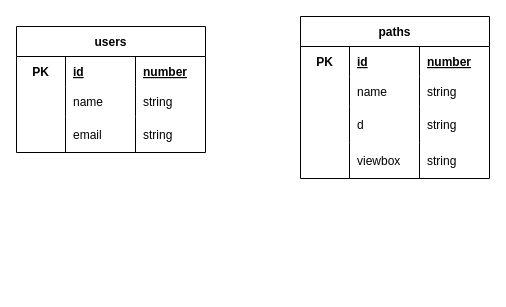
This is doc/ERM_V1.drawio from Johblanc/iconotheque_back, a draw.io file, before an edit. Source tidied: cells renumbered, new cells numbered last; positions are measured from the earlier drawing's top-left corner, leaving out a move shared by most shapes. Both pictures are drawn from the tidied source at 100%, with x=0, y=0 at pixel (16, 16).
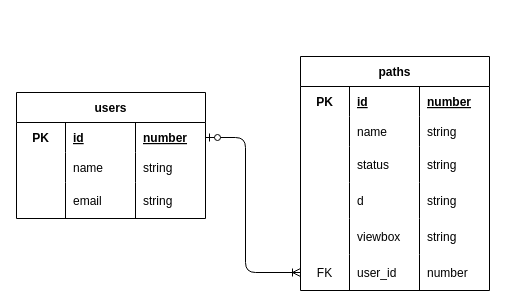
The same page after the edit.

Commit message:
body : Maj ERM v1

Change to the diagram source:
```diff
@@
     <mxCell id="2" value="users" style="shape=table;startSize=30;childLayout=tableLayout;rowLines=0;fontStyle=1;align=center;" parent="1" vertex="1">
-      <mxGeometry y="10" width="189" height="126" as="geometry" />
+      <mxGeometry y="76" width="189" height="126" as="geometry" />
     </mxCell>
-    <mxCell id="3" style="shape=tableRow;horizontal=0;startSize=0;swimlaneHead=0;swimlaneBody=0;fillColor=none;top=0;left=0;right=0;bottom=0;" parent="2" vertex="1">
-      <mxGeometry y="30" width="189" height="30" as="geometry" />
-    </mxCell>
-    <mxCell id="4" value="PK" style="shape=partialRectangle;fillColor=none;top=0;left=0;bottom=0;right=0;fontStyle=1;overflow=hidden;" parent="3" vertex="1">
-      <mxGeometry width="49" height="30" as="geometry" />
-    </mxCell>
-    <mxCell id="5" value="id" style="shape=partialRectangle;fillColor=none;top=0;left=0;bottom=0;right=0;align=left;spacingLeft=6;fontStyle=5;overflow=hidden;" parent="3" vertex="1">
-      <mxGeometry x="49" width="70" height="30" as="geometry" />
-    </mxCell>
-    <mxCell id="6" value="number" style="shape=partialRectangle;fillColor=none;top=0;left=0;bottom=0;right=0;align=left;spacingLeft=6;fontStyle=5;overflow=hidden;" parent="3" vertex="1">
-      <mxGeometry x="119" width="70" height="30" as="geometry" />
-    </mxCell>
-    <mxCell id="7" style="shape=tableRow;horizontal=0;startSize=0;swimlaneHead=0;swimlaneBody=0;fillColor=none;top=0;left=0;right=0;bottom=0;" parent="2" vertex="1">
-      <mxGeometry y="60" width="189" height="30" as="geometry" />
-    </mxCell>
-    <mxCell id="8" style="shape=partialRectangle;fillColor=none;top=0;left=0;bottom=0;right=0;overflow=hidden;" parent="7" vertex="1">
-      <mxGeometry width="49" height="30" as="geometry" />
-    </mxCell>
-    <mxCell id="9" value="name" style="shape=partialRectangle;fillColor=none;top=0;left=0;bottom=0;right=0;align=left;spacingLeft=6;overflow=hidden;" parent="7" vertex="1">
-      <mxGeometry x="49" width="70" height="30" as="geometry" />
-    </mxCell>
-    <mxCell id="10" value="string" style="shape=partialRectangle;fillColor=none;top=0;left=0;bottom=0;right=0;align=left;spacingLeft=6;overflow=hidden;" parent="7" vertex="1">
-      <mxGeometry x="119" width="70" height="30" as="geometry" />
-    </mxCell>
-    <mxCell id="11" style="shape=tableRow;horizontal=0;startSize=0;swimlaneHead=0;swimlaneBody=0;fillColor=none;top=0;left=0;right=0;bottom=0;" parent="2" vertex="1">
-      <mxGeometry y="90" width="189" height="36" as="geometry" />
-    </mxCell>
-    <mxCell id="12" style="shape=partialRectangle;fillColor=none;top=0;left=0;bottom=0;right=0;overflow=hidden;" parent="11" vertex="1">
-      <mxGeometry width="49" height="36" as="geometry" />
-    </mxCell>
+    <mxCell id="32" style="shape=tableRow;horizontal=0;startSize=0;swimlaneHead=0;swimlaneBody=0;fillColor=none;points=[[0,0.5],[1,0.5]];portConstraint=eastwest;top=0;left=0;right=0;bottom=0;" parent="2" vertex="1">
+      <mxGeometry y="30" width="189" height="30" as="geometry" />
+    </mxCell>
+    <mxCell id="33" value="PK" style="shape=partialRectangle;fillColor=none;top=0;left=0;bottom=0;right=0;fontStyle=1;overflow=hidden;" parent="32" vertex="1">
+      <mxGeometry width="49" height="30" as="geometry" />
+    </mxCell>
+    <mxCell id="34" value="id" style="shape=partialRectangle;fillColor=none;top=0;left=0;bottom=0;right=0;align=left;spacingLeft=6;fontStyle=5;overflow=hidden;" parent="32" vertex="1">
+      <mxGeometry x="49" width="70" height="30" as="geometry" />
+    </mxCell>
+    <mxCell id="35" value="number" style="shape=partialRectangle;fillColor=none;top=0;left=0;bottom=0;right=0;align=left;spacingLeft=6;fontStyle=5;overflow=hidden;" parent="32" vertex="1">
+      <mxGeometry x="119" width="70" height="30" as="geometry" />
+    </mxCell>
+    <mxCell id="36" style="shape=tableRow;horizontal=0;startSize=0;swimlaneHead=0;swimlaneBody=0;fillColor=none;top=0;left=0;right=0;bottom=0;" parent="2" vertex="1">
+      <mxGeometry y="60" width="189" height="30" as="geometry" />
+    </mxCell>
+    <mxCell id="37" style="shape=partialRectangle;fillColor=none;top=0;left=0;bottom=0;right=0;overflow=hidden;" parent="36" vertex="1">
+      <mxGeometry width="49" height="30" as="geometry" />
+    </mxCell>
+    <mxCell id="38" value="name" style="shape=partialRectangle;fillColor=none;top=0;left=0;bottom=0;right=0;align=left;spacingLeft=6;overflow=hidden;" parent="36" vertex="1">
+      <mxGeometry x="49" width="70" height="30" as="geometry" />
+    </mxCell>
+    <mxCell id="39" value="string" style="shape=partialRectangle;fillColor=none;top=0;left=0;bottom=0;right=0;align=left;spacingLeft=6;overflow=hidden;" parent="36" vertex="1">
+      <mxGeometry x="119" width="70" height="30" as="geometry" />
+    </mxCell>
+    <mxCell id="40" style="shape=tableRow;horizontal=0;startSize=0;swimlaneHead=0;swimlaneBody=0;fillColor=none;top=0;left=0;right=0;bottom=0;" parent="2" vertex="1">
+      <mxGeometry y="90" width="189" height="36" as="geometry" />
+    </mxCell>
+    <mxCell id="41" style="shape=partialRectangle;fillColor=none;top=0;left=0;bottom=0;right=0;overflow=hidden;" parent="40" vertex="1">
+      <mxGeometry width="49" height="36" as="geometry" />
+    </mxCell>
-    <mxCell id="13" value="email" style="shape=partialRectangle;fillColor=none;top=0;left=0;bottom=0;right=0;align=left;spacingLeft=6;overflow=hidden;" parent="11" vertex="1">
+    <mxCell id="13" value="email" style="shape=partialRectangle;fillColor=none;top=0;left=0;bottom=0;right=0;align=left;spacingLeft=6;overflow=hidden;" parent="40" vertex="1">
       <mxGeometry x="49" width="70" height="36" as="geometry" />
     </mxCell>
-    <mxCell id="14" value="string" style="shape=partialRectangle;fillColor=none;top=0;left=0;bottom=0;right=0;align=left;spacingLeft=6;overflow=hidden;" parent="11" vertex="1">
-      <mxGeometry x="119" width="70" height="36" as="geometry" />
-    </mxCell>
+    <mxCell id="42" value="string" style="shape=partialRectangle;fillColor=none;top=0;left=0;bottom=0;right=0;align=left;spacingLeft=6;overflow=hidden;" parent="40" vertex="1">
+      <mxGeometry x="119" width="70" height="36" as="geometry" />
+    </mxCell>
     <mxCell id="15" value="paths" style="shape=table;startSize=30;childLayout=tableLayout;rowLines=0;fontStyle=1;align=center;" parent="1" vertex="1">
-      <mxGeometry x="284" width="189" height="162" as="geometry" />
+      <mxGeometry x="284" y="40" width="189" height="234" as="geometry" />
     </mxCell>
-    <mxCell id="16" style="shape=tableRow;horizontal=0;startSize=0;swimlaneHead=0;swimlaneBody=0;fillColor=none;top=0;left=0;right=0;bottom=0;" parent="15" vertex="1">
-      <mxGeometry y="30" width="189" height="30" as="geometry" />
-    </mxCell>
-    <mxCell id="17" value="PK" style="shape=partialRectangle;fillColor=none;top=0;left=0;bottom=0;right=0;fontStyle=1;overflow=hidden;" parent="16" vertex="1">
-      <mxGeometry width="49" height="30" as="geometry" />
-    </mxCell>
-    <mxCell id="18" value="id" style="shape=partialRectangle;fillColor=none;top=0;left=0;bottom=0;right=0;align=left;spacingLeft=6;fontStyle=5;overflow=hidden;" parent="16" vertex="1">
-      <mxGeometry x="49" width="70" height="30" as="geometry" />
-    </mxCell>
-    <mxCell id="19" value="number" style="shape=partialRectangle;fillColor=none;top=0;left=0;bottom=0;right=0;align=left;spacingLeft=6;fontStyle=5;overflow=hidden;" parent="16" vertex="1">
-      <mxGeometry x="119" width="70" height="30" as="geometry" />
-    </mxCell>
-    <mxCell id="20" style="shape=tableRow;horizontal=0;startSize=0;swimlaneHead=0;swimlaneBody=0;fillColor=none;top=0;left=0;right=0;bottom=0;" parent="15" vertex="1">
-      <mxGeometry y="60" width="189" height="30" as="geometry" />
-    </mxCell>
-    <mxCell id="21" style="shape=partialRectangle;fillColor=none;top=0;left=0;bottom=0;right=0;overflow=hidden;" parent="20" vertex="1">
-      <mxGeometry width="49" height="30" as="geometry" />
-    </mxCell>
-    <mxCell id="22" value="name" style="shape=partialRectangle;fillColor=none;top=0;left=0;bottom=0;right=0;align=left;spacingLeft=6;overflow=hidden;" parent="20" vertex="1">
-      <mxGeometry x="49" width="70" height="30" as="geometry" />
-    </mxCell>
-    <mxCell id="23" value="string" style="shape=partialRectangle;fillColor=none;top=0;left=0;bottom=0;right=0;align=left;spacingLeft=6;overflow=hidden;" parent="20" vertex="1">
-      <mxGeometry x="119" width="70" height="30" as="geometry" />
-    </mxCell>
-    <mxCell id="24" style="shape=tableRow;horizontal=0;startSize=0;swimlaneHead=0;swimlaneBody=0;fillColor=none;top=0;left=0;right=0;bottom=0;" parent="15" vertex="1">
-      <mxGeometry y="90" width="189" height="36" as="geometry" />
-    </mxCell>
-    <mxCell id="25" style="shape=partialRectangle;fillColor=none;top=0;left=0;bottom=0;right=0;overflow=hidden;" parent="24" vertex="1">
-      <mxGeometry width="49" height="36" as="geometry" />
-    </mxCell>
+    <mxCell id="43" style="shape=tableRow;horizontal=0;startSize=0;swimlaneHead=0;swimlaneBody=0;fillColor=none;top=0;left=0;right=0;bottom=0;" parent="15" vertex="1">
+      <mxGeometry y="30" width="189" height="30" as="geometry" />
+    </mxCell>
+    <mxCell id="44" value="PK" style="shape=partialRectangle;fillColor=none;top=0;left=0;bottom=0;right=0;fontStyle=1;overflow=hidden;" parent="43" vertex="1">
+      <mxGeometry width="49" height="30" as="geometry" />
+    </mxCell>
+    <mxCell id="45" value="id" style="shape=partialRectangle;fillColor=none;top=0;left=0;bottom=0;right=0;align=left;spacingLeft=6;fontStyle=5;overflow=hidden;" parent="43" vertex="1">
+      <mxGeometry x="49" width="70" height="30" as="geometry" />
+    </mxCell>
+    <mxCell id="46" value="number" style="shape=partialRectangle;fillColor=none;top=0;left=0;bottom=0;right=0;align=left;spacingLeft=6;fontStyle=5;overflow=hidden;" parent="43" vertex="1">
+      <mxGeometry x="119" width="70" height="30" as="geometry" />
+    </mxCell>
+    <mxCell id="47" style="shape=tableRow;horizontal=0;startSize=0;swimlaneHead=0;swimlaneBody=0;fillColor=none;top=0;left=0;right=0;bottom=0;" parent="15" vertex="1">
+      <mxGeometry y="60" width="189" height="30" as="geometry" />
+    </mxCell>
+    <mxCell id="48" style="shape=partialRectangle;fillColor=none;top=0;left=0;bottom=0;right=0;overflow=hidden;" parent="47" vertex="1">
+      <mxGeometry width="49" height="30" as="geometry" />
+    </mxCell>
+    <mxCell id="49" value="name" style="shape=partialRectangle;fillColor=none;top=0;left=0;bottom=0;right=0;align=left;spacingLeft=6;overflow=hidden;" parent="47" vertex="1">
+      <mxGeometry x="49" width="70" height="30" as="geometry" />
+    </mxCell>
+    <mxCell id="50" value="string" style="shape=partialRectangle;fillColor=none;top=0;left=0;bottom=0;right=0;align=left;spacingLeft=6;overflow=hidden;" parent="47" vertex="1">
+      <mxGeometry x="119" width="70" height="30" as="geometry" />
+    </mxCell>
+    <mxCell id="51" style="shape=tableRow;horizontal=0;startSize=0;swimlaneHead=0;swimlaneBody=0;fillColor=none;top=0;left=0;right=0;bottom=0;" parent="15" vertex="1">
+      <mxGeometry y="90" width="189" height="36" as="geometry" />
+    </mxCell>
+    <mxCell id="52" style="shape=partialRectangle;fillColor=none;top=0;left=0;bottom=0;right=0;overflow=hidden;" parent="51" vertex="1">
+      <mxGeometry width="49" height="36" as="geometry" />
+    </mxCell>
+    <mxCell id="53" value="status" style="shape=partialRectangle;fillColor=none;top=0;left=0;bottom=0;right=0;align=left;spacingLeft=6;overflow=hidden;" parent="51" vertex="1">
+      <mxGeometry x="49" width="70" height="36" as="geometry" />
+    </mxCell>
+    <mxCell id="54" value="string" style="shape=partialRectangle;fillColor=none;top=0;left=0;bottom=0;right=0;align=left;spacingLeft=6;overflow=hidden;" parent="51" vertex="1">
+      <mxGeometry x="119" width="70" height="36" as="geometry" />
+    </mxCell>
+    <mxCell id="28" style="shape=tableRow;horizontal=0;startSize=0;swimlaneHead=0;swimlaneBody=0;fillColor=none;top=0;left=0;right=0;bottom=0;" parent="15" vertex="1">
+      <mxGeometry y="126" width="189" height="36" as="geometry" />
+    </mxCell>
+    <mxCell id="55" style="shape=partialRectangle;fillColor=none;top=0;left=0;bottom=0;right=0;overflow=hidden;" parent="28" vertex="1">
+      <mxGeometry width="49" height="36" as="geometry" />
+    </mxCell>
-    <mxCell id="26" value="d" style="shape=partialRectangle;fillColor=none;top=0;left=0;bottom=0;right=0;align=left;spacingLeft=6;overflow=hidden;" parent="24" vertex="1">
+    <mxCell id="26" value="d" style="shape=partialRectangle;fillColor=none;top=0;left=0;bottom=0;right=0;align=left;spacingLeft=6;overflow=hidden;" parent="28" vertex="1">
       <mxGeometry x="49" width="70" height="36" as="geometry" />
     </mxCell>
-    <mxCell id="27" value="string" style="shape=partialRectangle;fillColor=none;top=0;left=0;bottom=0;right=0;align=left;spacingLeft=6;overflow=hidden;" parent="24" vertex="1">
-      <mxGeometry x="119" width="70" height="36" as="geometry" />
-    </mxCell>
-    <mxCell id="28" style="shape=tableRow;horizontal=0;startSize=0;swimlaneHead=0;swimlaneBody=0;fillColor=none;top=0;left=0;right=0;bottom=0;" parent="15" vertex="1">
-      <mxGeometry y="126" width="189" height="36" as="geometry" />
-    </mxCell>
-    <mxCell id="29" style="shape=partialRectangle;fillColor=none;top=0;left=0;bottom=0;right=0;overflow=hidden;" parent="28" vertex="1">
-      <mxGeometry width="49" height="36" as="geometry" />
-    </mxCell>
+    <mxCell id="56" value="string" style="shape=partialRectangle;fillColor=none;top=0;left=0;bottom=0;right=0;align=left;spacingLeft=6;overflow=hidden;" parent="28" vertex="1">
+      <mxGeometry x="119" width="70" height="36" as="geometry" />
+    </mxCell>
+    <mxCell id="57" style="shape=tableRow;horizontal=0;startSize=0;swimlaneHead=0;swimlaneBody=0;fillColor=none;top=0;left=0;right=0;bottom=0;" parent="15" vertex="1">
+      <mxGeometry y="162" width="189" height="36" as="geometry" />
+    </mxCell>
+    <mxCell id="58" style="shape=partialRectangle;fillColor=none;top=0;left=0;bottom=0;right=0;overflow=hidden;" parent="57" vertex="1">
+      <mxGeometry width="49" height="36" as="geometry" />
+    </mxCell>
-    <mxCell id="30" value="viewbox" style="shape=partialRectangle;fillColor=none;top=0;left=0;bottom=0;right=0;align=left;spacingLeft=6;overflow=hidden;" parent="28" vertex="1">
+    <mxCell id="30" value="viewbox" style="shape=partialRectangle;fillColor=none;top=0;left=0;bottom=0;right=0;align=left;spacingLeft=6;overflow=hidden;" parent="57" vertex="1">
       <mxGeometry x="49" width="70" height="36" as="geometry" />
     </mxCell>
-    <mxCell id="31" value="string" style="shape=partialRectangle;fillColor=none;top=0;left=0;bottom=0;right=0;align=left;spacingLeft=6;overflow=hidden;" parent="28" vertex="1">
-      <mxGeometry x="119" width="70" height="36" as="geometry" />
-    </mxCell>
+    <mxCell id="59" value="string" style="shape=partialRectangle;fillColor=none;top=0;left=0;bottom=0;right=0;align=left;spacingLeft=6;overflow=hidden;" parent="57" vertex="1">
+      <mxGeometry x="119" width="70" height="36" as="geometry" />
+    </mxCell>
+    <mxCell id="60" style="shape=tableRow;horizontal=0;startSize=0;swimlaneHead=0;swimlaneBody=0;fillColor=none;points=[[0,0.5],[1,0.5]];portConstraint=eastwest;top=0;left=0;right=0;bottom=0;" parent="15" vertex="1">
+      <mxGeometry y="198" width="189" height="36" as="geometry" />
+    </mxCell>
+    <mxCell id="61" value="FK" style="shape=partialRectangle;fillColor=none;top=0;left=0;bottom=0;right=0;overflow=hidden;" parent="60" vertex="1">
+      <mxGeometry width="49" height="36" as="geometry" />
+    </mxCell>
+    <mxCell id="62" value="user_id" style="shape=partialRectangle;fillColor=none;top=0;left=0;bottom=0;right=0;align=left;spacingLeft=6;overflow=hidden;" parent="60" vertex="1">
+      <mxGeometry x="49" width="70" height="36" as="geometry" />
+    </mxCell>
+    <mxCell id="63" value="number" style="shape=partialRectangle;fillColor=none;top=0;left=0;bottom=0;right=0;align=left;spacingLeft=6;overflow=hidden;" parent="60" vertex="1">
+      <mxGeometry x="119" width="70" height="36" as="geometry" />
+    </mxCell>
+    <mxCell id="64" style="edgeStyle=orthogonalEdgeStyle;fontSize=12;html=1;endArrow=ERoneToMany;startArrow=ERzeroToOne;exitX=1;exitY=0.5;exitDx=0;exitDy=0;entryX=0;entryY=0.5;entryDx=0;entryDy=0;" parent="1" edge="1" source="32" target="60">
+      <mxGeometry relative="1" as="geometry">
+        <Array as="points">
+          <mxPoint x="229" y="121" />
+          <mxPoint x="229" y="256" />
+        </Array>
+      </mxGeometry>
+    </mxCell>
```
